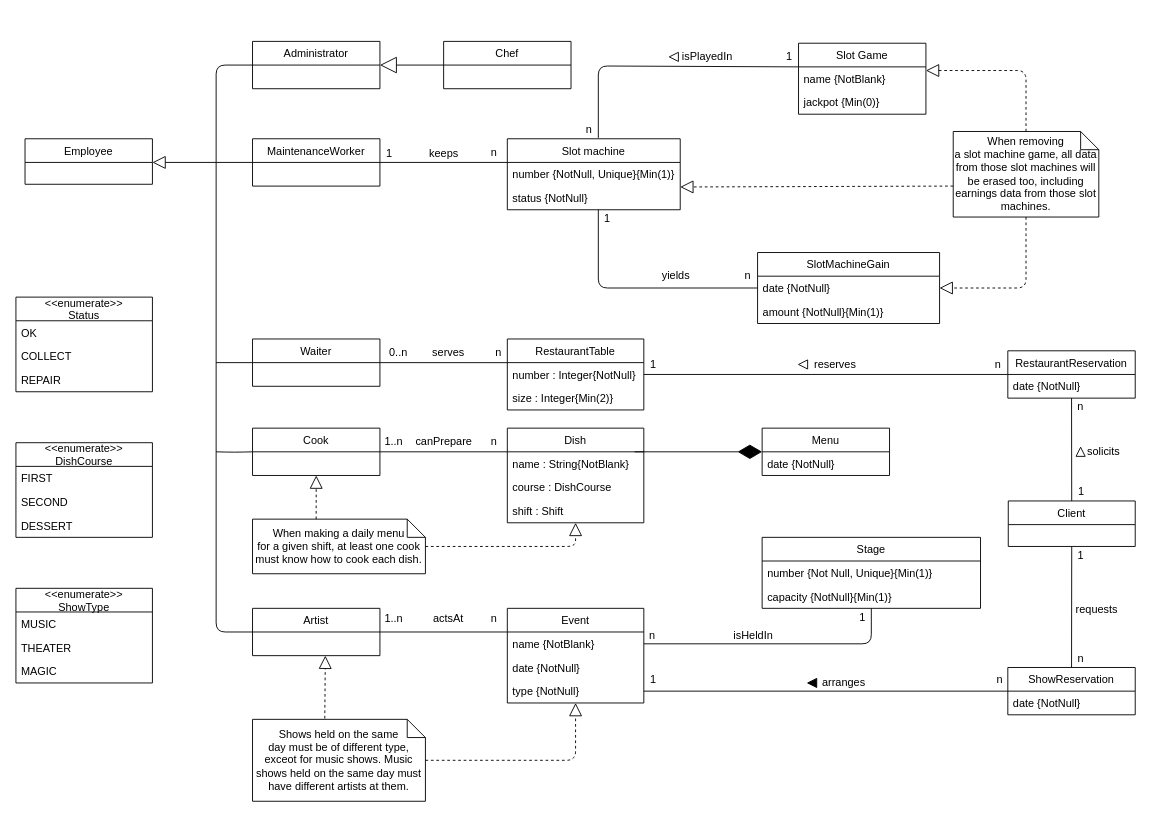
Before: page "V2-Restaurante,Slots,Shows" (2 of 2) of uml/Conceptual Model.drawio in gii-is-DP1/dp1-2020-g1-07, a draw.io diagram. Source tidied: cells renumbered, new cells numbered last; positions are measured from the earlier drawing's top-left corner, leaving out a move shared by most shapes. Both pictures are drawn from the tidied source at 91%, with x=0, y=0 at pixel (15, 41).
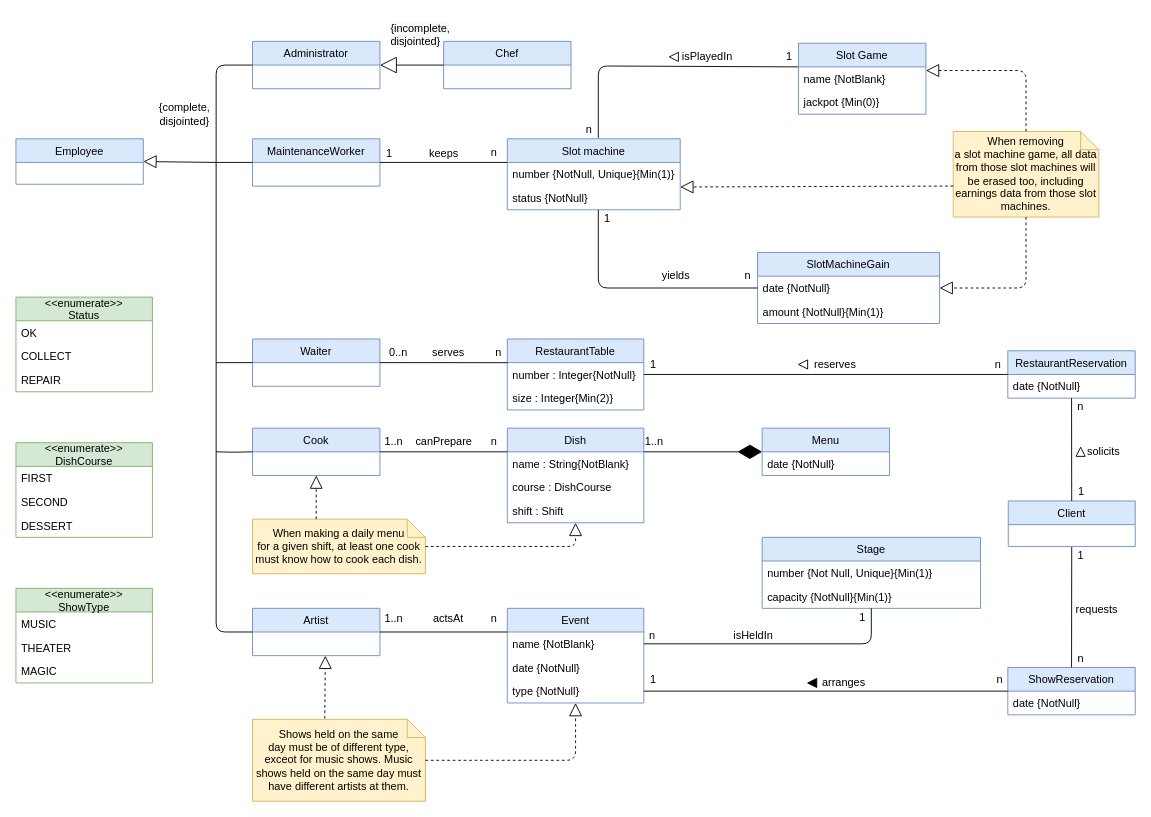
The same page after the edit.

What changed in the source:
```diff
@@
-    <mxCell id="2" value="Cook" style="swimlane;fontStyle=0;horizontal=1;startSize=26;fillColor=none;" parent="1" vertex="1">
+    <mxCell id="2" value="Cook" style="swimlane;fontStyle=0;horizontal=1;startSize=26;fillColor=#dae8fc;strokeColor=#6c8ebf;" parent="1" vertex="1">
       <mxGeometry x="260" y="425" width="140" height="52" as="geometry" />
     </mxCell>
-    <mxCell id="3" value="Artist" style="swimlane;fontStyle=0;horizontal=1;startSize=26;fillColor=none;" parent="1" vertex="1">
+    <mxCell id="3" value="Artist" style="swimlane;fontStyle=0;horizontal=1;startSize=26;fillColor=#dae8fc;strokeColor=#6c8ebf;" parent="1" vertex="1">
       <mxGeometry x="260" y="623" width="140" height="52" as="geometry" />
     </mxCell>
-    <mxCell id="4" value="Event" style="swimlane;fontStyle=0;horizontal=1;startSize=26;fillColor=none;" parent="1" vertex="1">
+    <mxCell id="4" value="Event" style="swimlane;fontStyle=0;horizontal=1;startSize=26;fillColor=#dae8fc;strokeColor=#6c8ebf;" parent="1" vertex="1">
       <mxGeometry x="540" y="623" width="150" height="104" as="geometry" />
     </mxCell>
@@
-    <mxCell id="8" value="Menu" style="swimlane;fontStyle=0;horizontal=1;startSize=26;fillColor=none;" parent="1" vertex="1">
+    <mxCell id="8" value="Menu" style="swimlane;fontStyle=0;horizontal=1;startSize=26;fillColor=#dae8fc;strokeColor=#6c8ebf;" parent="1" vertex="1">
       <mxGeometry x="820" y="425" width="140" height="52" as="geometry" />
     </mxCell>
@@
-    <mxCell id="12" value="Dish" style="swimlane;fontStyle=0;horizontal=1;startSize=26;fillColor=none;" parent="1" vertex="1">
+    <mxCell id="12" value="Dish" style="swimlane;fontStyle=0;horizontal=1;startSize=26;fillColor=#dae8fc;strokeColor=#6c8ebf;" parent="1" vertex="1">
       <mxGeometry x="540" y="425" width="150" height="104" as="geometry" />
     </mxCell>
@@
-    <mxCell id="23" value="Stage" style="swimlane;fontStyle=0;horizontal=1;startSize=26;fillColor=none;" parent="1" vertex="1">
+    <mxCell id="23" value="Stage" style="swimlane;fontStyle=0;horizontal=1;startSize=26;fillColor=#dae8fc;strokeColor=#6c8ebf;" parent="1" vertex="1">
       <mxGeometry x="820" y="545" width="240" height="78" as="geometry" />
     </mxCell>
@@
-    <mxCell id="29" value="Waiter" style="swimlane;fontStyle=0;horizontal=1;startSize=26;fillColor=none;" parent="1" vertex="1">
+    <mxCell id="29" value="Waiter" style="swimlane;fontStyle=0;horizontal=1;startSize=26;fillColor=#dae8fc;strokeColor=#6c8ebf;" parent="1" vertex="1">
       <mxGeometry x="260" y="327" width="140" height="52" as="geometry" />
     </mxCell>
-    <mxCell id="30" value="RestaurantTable" style="swimlane;fontStyle=0;horizontal=1;startSize=26;fillColor=none;" parent="1" vertex="1">
+    <mxCell id="30" value="RestaurantTable" style="swimlane;fontStyle=0;horizontal=1;startSize=26;fillColor=#dae8fc;strokeColor=#6c8ebf;" parent="1" vertex="1">
       <mxGeometry x="540" y="327" width="150" height="78" as="geometry" />
     </mxCell>
@@
-    <mxCell id="34" value="RestaurantReservation" style="swimlane;fontStyle=0;horizontal=1;startSize=26;fillColor=none;" parent="1" vertex="1">
+    <mxCell id="34" value="RestaurantReservation" style="swimlane;fontStyle=0;horizontal=1;startSize=26;fillColor=#dae8fc;strokeColor=#6c8ebf;" parent="1" vertex="1">
       <mxGeometry x="1090" y="340" width="140" height="52" as="geometry" />
     </mxCell>
@@
-    <mxCell id="46" value="ShowReservation" style="swimlane;fontStyle=0;horizontal=1;startSize=26;fillColor=none;" parent="1" vertex="1">
+    <mxCell id="46" value="ShowReservation" style="swimlane;fontStyle=0;horizontal=1;startSize=26;fillColor=#dae8fc;strokeColor=#6c8ebf;" parent="1" vertex="1">
       <mxGeometry x="1090" y="688" width="140" height="52" as="geometry" />
     </mxCell>
@@
-    <mxCell id="54" value="When making a daily menu&lt;br&gt;for a given shift, at least one cook must know how to cook each dish." style="shape=note;size=20;whiteSpace=wrap;html=1;" parent="1" vertex="1">
+    <mxCell id="54" value="When making a daily menu&lt;br&gt;for a given shift, at least one cook must know how to cook each dish." style="shape=note;size=20;whiteSpace=wrap;html=1;fillColor=#fff2cc;strokeColor=#d6b656;" parent="1" vertex="1">
       <mxGeometry x="260" y="525" width="190" height="60" as="geometry" />
     </mxCell>
-    <mxCell id="55" value="Shows held on the same&lt;br&gt;day must be of different type, exceot for music shows. Music shows held on the same day must have different artists at them." style="shape=note;size=20;whiteSpace=wrap;html=1;" parent="1" vertex="1">
+    <mxCell id="55" value="Shows held on the same&lt;br&gt;day must be of different type, exceot for music shows. Music shows held on the same day must have different artists at them." style="shape=note;size=20;whiteSpace=wrap;html=1;fillColor=#fff2cc;strokeColor=#d6b656;" parent="1" vertex="1">
       <mxGeometry x="260" y="745" width="190" height="90" as="geometry" />
     </mxCell>
@@
     <mxCell id="61" style="endArrow=diamondThin;endFill=1;endSize=24;html=1;entryX=0;entryY=0;entryDx=0;entryDy=0;entryPerimeter=0;" parent="1" edge="1">
       <mxGeometry relative="1" as="geometry">
-        <mxPoint x="680" y="451" as="sourcePoint" />
+        <mxPoint x="690" y="451" as="sourcePoint" />
         <mxPoint x="820" y="451" as="targetPoint" />
       </mxGeometry>
     </mxCell>
@@
-    <mxCell id="66" value="Slot machine" style="swimlane;fontStyle=0;horizontal=1;startSize=26;fillColor=none;" parent="1" vertex="1">
+    <mxCell id="66" value="Slot machine" style="swimlane;fontStyle=0;horizontal=1;startSize=26;fillColor=#dae8fc;strokeColor=#6c8ebf;" parent="1" vertex="1">
       <mxGeometry x="540" y="107" width="190" height="78" as="geometry" />
     </mxCell>
@@
-    <mxCell id="70" value="MaintenanceWorker" style="swimlane;fontStyle=0;horizontal=1;startSize=26;fillColor=none;" parent="1" vertex="1">
+    <mxCell id="70" value="MaintenanceWorker" style="swimlane;fontStyle=0;horizontal=1;startSize=26;fillColor=#dae8fc;strokeColor=#6c8ebf;" parent="1" vertex="1">
       <mxGeometry x="260" y="107" width="140" height="52" as="geometry" />
     </mxCell>
@@
-    <mxCell id="79" value="SlotMachineGain" style="swimlane;fontStyle=0;horizontal=1;startSize=26;fillColor=none;" parent="1" vertex="1">
+    <mxCell id="79" value="SlotMachineGain" style="swimlane;fontStyle=0;horizontal=1;startSize=26;fillColor=#dae8fc;strokeColor=#6c8ebf;" parent="1" vertex="1">
       <mxGeometry x="815" y="232" width="200" height="78" as="geometry" />
     </mxCell>
@@
-    <mxCell id="85" value="Slot Game" style="swimlane;fontStyle=0;horizontal=1;startSize=26;fillColor=none;" parent="1" vertex="1">
+    <mxCell id="85" value="Slot Game" style="swimlane;fontStyle=0;horizontal=1;startSize=26;fillColor=#dae8fc;strokeColor=#6c8ebf;" parent="1" vertex="1">
       <mxGeometry x="860" y="2" width="140" height="78" as="geometry" />
     </mxCell>
@@
-    <mxCell id="88" value="&lt;p&gt;When removing a&amp;nbsp;&lt;span&gt;slot&amp;nbsp;&lt;/span&gt;&lt;span&gt;machine game, all data from those slot machines will be erased too, including earnings data from those slot machines.&lt;/span&gt;&lt;/p&gt;" style="shape=note;size=20;whiteSpace=wrap;html=1;" parent="1" vertex="1">
+    <mxCell id="88" value="&lt;p&gt;When removing a&amp;nbsp;&lt;span&gt;slot&amp;nbsp;&lt;/span&gt;&lt;span&gt;machine game, all data from those slot machines will be erased too, including earnings data from those slot machines.&lt;/span&gt;&lt;/p&gt;" style="shape=note;size=20;whiteSpace=wrap;html=1;fillColor=#fff2cc;strokeColor=#d6b656;" parent="1" vertex="1">
       <mxGeometry x="1030" y="99" width="160" height="94" as="geometry" />
     </mxCell>
@@
-    <mxCell id="93" value="&lt;&lt;enumerate&gt;&gt;&#10;DishCourse" style="swimlane;fontStyle=0;horizontal=1;startSize=26;fillColor=none;" parent="1" vertex="1">
+    <mxCell id="93" value="&lt;&lt;enumerate&gt;&gt;&#10;DishCourse" style="swimlane;fontStyle=0;horizontal=1;startSize=26;fillColor=#d5e8d4;strokeColor=#82b366;" parent="1" vertex="1">
       <mxGeometry y="441" width="150" height="104" as="geometry" />
     </mxCell>
@@
-    <mxCell id="97" value="&lt;&lt;enumerate&gt;&gt;&#10;ShowType" style="swimlane;fontStyle=0;horizontal=1;startSize=26;fillColor=none;" parent="1" vertex="1">
+    <mxCell id="97" value="&lt;&lt;enumerate&gt;&gt;&#10;ShowType" style="swimlane;fontStyle=0;horizontal=1;startSize=26;fillColor=#d5e8d4;strokeColor=#82b366;" parent="1" vertex="1">
       <mxGeometry y="601" width="150" height="104" as="geometry" />
     </mxCell>
@@
-    <mxCell id="101" value="&lt;&lt;enumerate&gt;&gt;&#10;Status" style="swimlane;fontStyle=0;horizontal=1;startSize=26;fillColor=none;" parent="1" vertex="1">
+    <mxCell id="101" value="&lt;&lt;enumerate&gt;&gt;&#10;Status" style="swimlane;fontStyle=0;horizontal=1;startSize=26;fillColor=#d5e8d4;strokeColor=#82b366;" parent="1" vertex="1">
       <mxGeometry y="281" width="150" height="104" as="geometry" />
     </mxCell>
@@
-    <mxCell id="105" value="Employee" style="swimlane;fontStyle=0;horizontal=1;startSize=26;fillColor=none;" parent="1" vertex="1" collapsed="1">
-      <mxGeometry x="10" y="107" width="140" height="50" as="geometry" />
+    <mxCell id="105" value="Employee" style="swimlane;fontStyle=0;horizontal=1;startSize=26;fillColor=#dae8fc;strokeColor=#6c8ebf;" parent="1" vertex="1" collapsed="1">
+      <mxGeometry y="107" width="140" height="50" as="geometry" />
     </mxCell>
-    <mxCell id="106" value="Client" style="swimlane;fontStyle=0;horizontal=1;startSize=26;fillColor=none;" parent="1" vertex="1" collapsed="1">
+    <mxCell id="106" value="Client" style="swimlane;fontStyle=0;horizontal=1;startSize=26;fillColor=#dae8fc;strokeColor=#6c8ebf;" parent="1" vertex="1" collapsed="1">
       <mxGeometry x="1090.5" y="505" width="139.5" height="50" as="geometry" />
     </mxCell>
@@
-    <mxCell id="108" value="Administrator" style="swimlane;fontStyle=0;horizontal=1;startSize=26;fillColor=none;" parent="1" vertex="1">
+    <mxCell id="108" value="Administrator" style="swimlane;fontStyle=0;horizontal=1;startSize=26;fillColor=#dae8fc;strokeColor=#6c8ebf;" parent="1" vertex="1">
       <mxGeometry x="260" width="140" height="52" as="geometry" />
     </mxCell>
-    <mxCell id="109" value="Chef" style="swimlane;fontStyle=0;horizontal=1;startSize=26;fillColor=none;swimlaneFillColor=#ffffff;" parent="1" vertex="1">
+    <mxCell id="109" value="Chef" style="swimlane;fontStyle=0;horizontal=1;startSize=26;fillColor=#dae8fc;swimlaneFillColor=#ffffff;strokeColor=#6c8ebf;" parent="1" vertex="1">
       <mxGeometry x="470" width="140" height="52" as="geometry" />
     </mxCell>
@@
-    <mxCell id="115" style="endArrow=block;endFill=0;endSize=12;html=1;" parent="1" edge="1">
+    <mxCell id="115" style="endArrow=block;endFill=0;endSize=12;html=1;entryX=1;entryY=0.5;entryDx=0;entryDy=0;" parent="1" edge="1" target="105">
       <mxGeometry relative="1" as="geometry">
         <mxPoint x="220" y="133" as="sourcePoint" />
-        <mxPoint x="150" y="133" as="targetPoint" />
       </mxGeometry>
     </mxCell>
+    <mxCell id="116" value="{complete,&lt;br&gt;disjointed}" style="text;html=1;align=center;verticalAlign=middle;" parent="1" vertex="1">
+      <mxGeometry x="150" y="65" width="70" height="30" as="geometry" />
+    </mxCell>
+    <mxCell id="117" value="1..n" style="text;html=1;align=center;verticalAlign=middle;" parent="1" vertex="1">
+      <mxGeometry x="680.5" y="430" width="40" height="20" as="geometry" />
+    </mxCell>
+    <mxCell id="118" value="&lt;span style=&quot;color: rgb(0 , 0 , 0) ; font-family: &amp;#34;helvetica&amp;#34; ; font-size: 12px ; font-style: normal ; font-weight: 400 ; letter-spacing: normal ; text-align: center ; text-indent: 0px ; text-transform: none ; word-spacing: 0px ; background-color: rgb(248 , 249 , 250) ; display: inline ; float: none&quot;&gt;{incomplete,&lt;/span&gt;&lt;br style=&quot;color: rgb(0 , 0 , 0) ; font-family: &amp;#34;helvetica&amp;#34; ; font-size: 12px ; font-style: normal ; font-weight: 400 ; letter-spacing: normal ; text-align: center ; text-indent: 0px ; text-transform: none ; word-spacing: 0px ; background-color: rgb(248 , 249 , 250)&quot;&gt;&lt;span style=&quot;color: rgb(0 , 0 , 0) ; font-family: &amp;#34;helvetica&amp;#34; ; font-size: 12px ; font-style: normal ; font-weight: 400 ; letter-spacing: normal ; text-align: center ; text-indent: 0px ; text-transform: none ; word-spacing: 0px ; background-color: rgb(248 , 249 , 250) ; display: inline ; float: none&quot;&gt;disjointed}&lt;/span&gt;" style="text;whiteSpace=wrap;html=1;" parent="1" vertex="1">
+      <mxGeometry x="410" y="-28" width="80" height="40" as="geometry" />
+    </mxCell>
```
